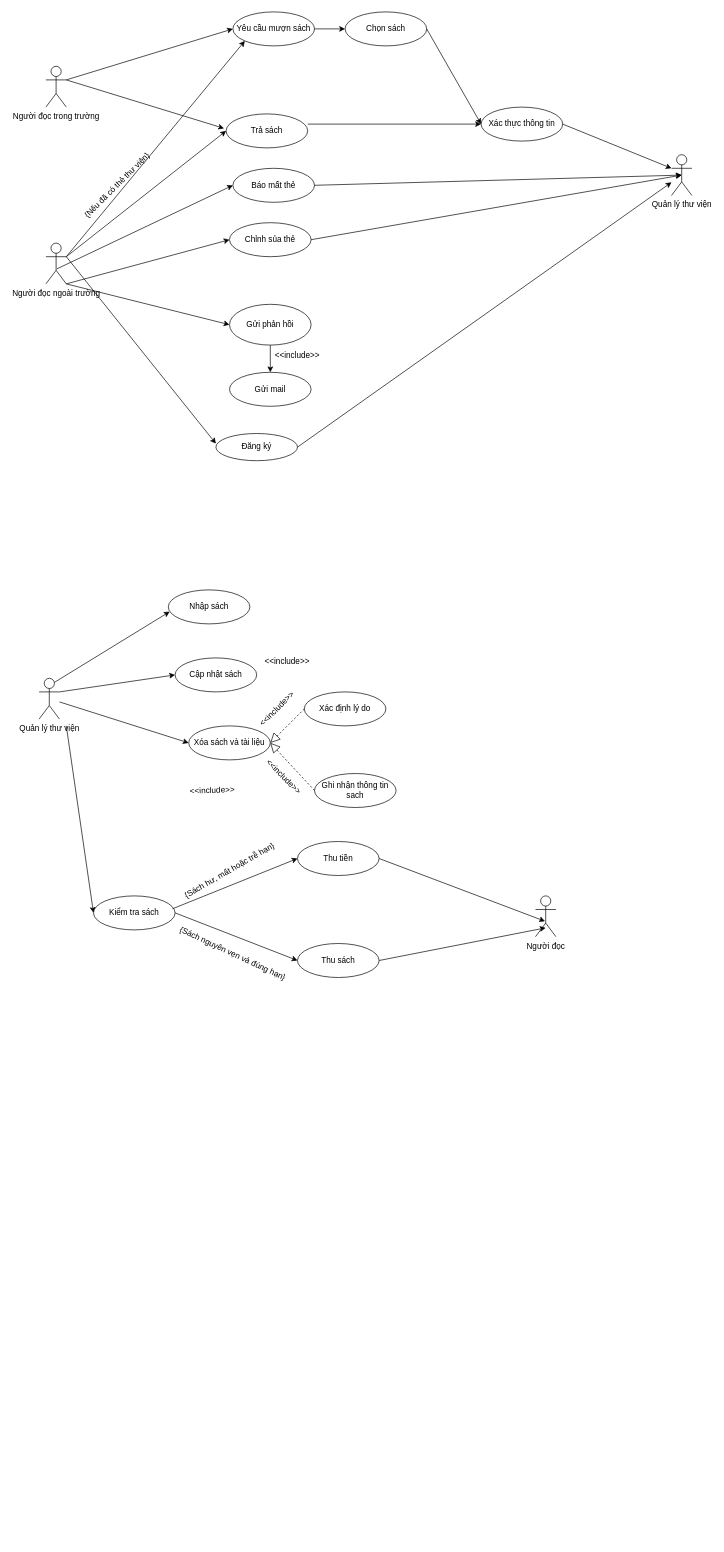
The draw.io diagram CNPM_Diagram.drawio in thanhtung12356/Project-library-management-system, before the edit. Source tidied: cells renumbered, new cells numbered last; positions are measured from the earlier drawing's top-left corner, leaving out a move shared by most shapes. Both pictures are drawn from the tidied source at 68%, with x=0, y=0 at pixel (39, 12).
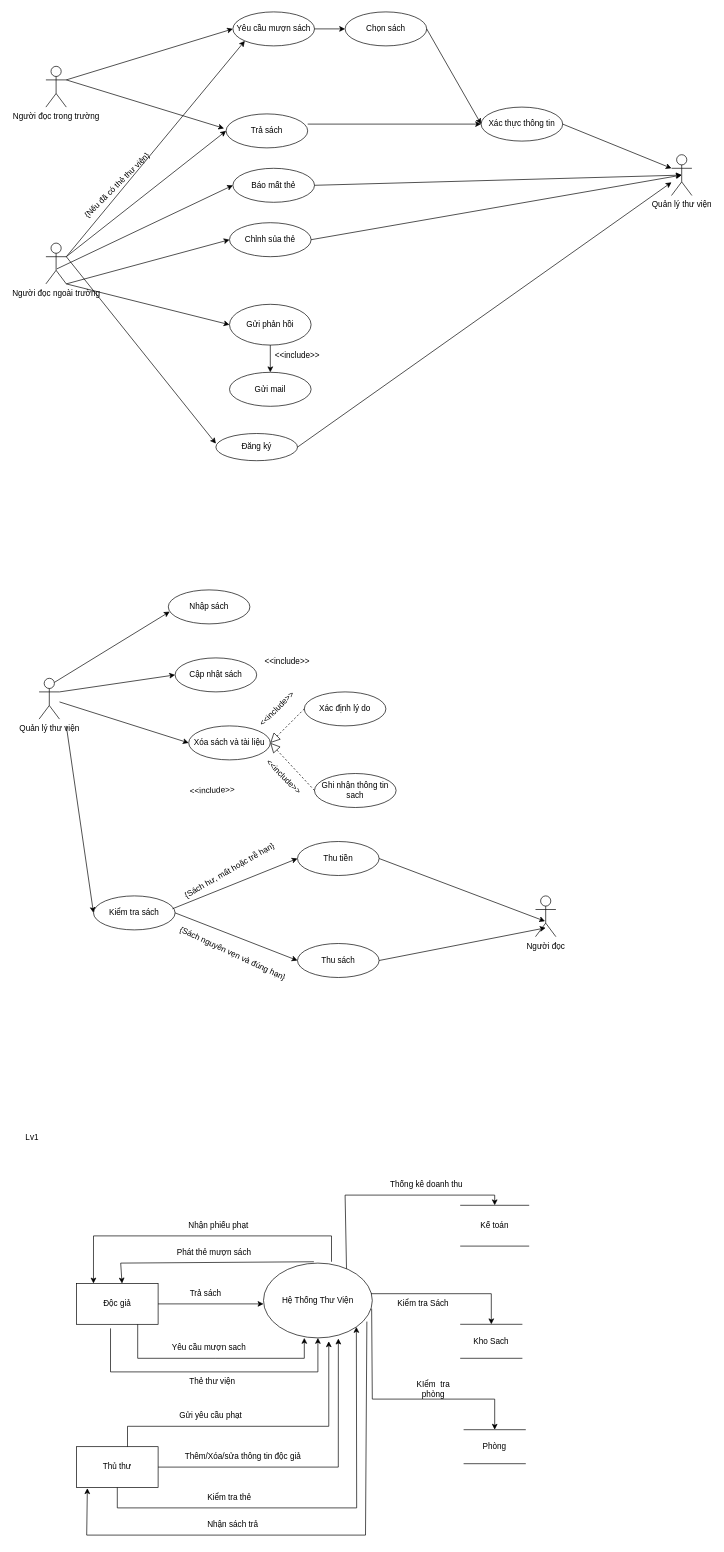
After the change.

Change to the diagram source:
```diff
@@
+    <mxCell id="58" value="Hệ Thống Thư Viện&lt;br&gt;" style="ellipse;whiteSpace=wrap;html=1;" parent="1" vertex="1">
+      <mxGeometry x="330" y="1840" width="160" height="110" as="geometry" />
+    </mxCell>
+    <mxCell id="59" value="Kế toán" style="shape=partialRectangle;whiteSpace=wrap;html=1;top=0;bottom=0;fillColor=none;direction=south;" parent="1" vertex="1">
+      <mxGeometry x="620" y="1755" width="100" height="60" as="geometry" />
+    </mxCell>
+    <mxCell id="60" value="Kho Sach" style="shape=partialRectangle;whiteSpace=wrap;html=1;top=0;bottom=0;fillColor=none;direction=south;" parent="1" vertex="1">
+      <mxGeometry x="620" y="1930" width="90" height="50" as="geometry" />
+    </mxCell>
+    <mxCell id="61" value="Độc giả&lt;br&gt;" style="rounded=0;whiteSpace=wrap;html=1;" parent="1" vertex="1">
+      <mxGeometry x="55" y="1870" width="120" height="60" as="geometry" />
+    </mxCell>
+    <mxCell id="62" value="Thủ thư" style="rounded=0;whiteSpace=wrap;html=1;" parent="1" vertex="1">
+      <mxGeometry x="55" y="2110" width="120" height="60" as="geometry" />
+    </mxCell>
+    <mxCell id="63" value="Lv1&lt;br&gt;" style="text;html=1;strokeColor=none;fillColor=none;align=center;verticalAlign=middle;whiteSpace=wrap;rounded=0;" parent="1" vertex="1">
+      <mxGeometry x="-40" y="1640" width="60" height="30" as="geometry" />
+    </mxCell>
+    <mxCell id="64" style="endArrow=classic;html=1;rounded=0;exitX=0.417;exitY=1.1;exitDx=0;exitDy=0;exitPerimeter=0;entryX=0.5;entryY=1;entryDx=0;entryDy=0;" parent="1" edge="1" source="61" target="58">
+      <mxGeometry relative="1" as="geometry">
+        <Array as="points">
+          <mxPoint x="105" y="2000" />
+          <mxPoint x="250" y="2000" />
+          <mxPoint x="410" y="2000" />
+        </Array>
+      </mxGeometry>
+    </mxCell>
+    <mxCell id="65" value="Thẻ thư viện&lt;br&gt;" style="text;html=1;strokeColor=none;fillColor=none;align=center;verticalAlign=middle;whiteSpace=wrap;rounded=0;" parent="1" vertex="1">
+      <mxGeometry x="210" y="2000" width="90" height="30" as="geometry" />
+    </mxCell>
+    <mxCell id="66" style="endArrow=classic;html=1;rounded=0;exitX=0.75;exitY=1;exitDx=0;exitDy=0;entryX=0.375;entryY=1;entryDx=0;entryDy=0;entryPerimeter=0;" parent="1" edge="1" source="61" target="58">
+      <mxGeometry relative="1" as="geometry">
+        <Array as="points">
+          <mxPoint x="145" y="1980" />
+          <mxPoint x="260" y="1980" />
+          <mxPoint x="390" y="1980" />
+        </Array>
+      </mxGeometry>
+    </mxCell>
+    <mxCell id="67" value="Yêu cầu mượn sach" style="text;html=1;strokeColor=none;fillColor=none;align=center;verticalAlign=middle;whiteSpace=wrap;rounded=0;" parent="1" vertex="1">
+      <mxGeometry x="175" y="1950" width="150" height="30" as="geometry" />
+    </mxCell>
+    <mxCell id="68" style="endArrow=classic;html=1;rounded=0;exitX=0.988;exitY=0.409;exitDx=0;exitDy=0;exitPerimeter=0;entryX=0;entryY=0.5;entryDx=0;entryDy=0;" parent="1" edge="1" source="58" target="60">
+      <mxGeometry relative="1" as="geometry">
+        <Array as="points">
+          <mxPoint x="665" y="1885" />
+        </Array>
+      </mxGeometry>
+    </mxCell>
+    <mxCell id="69" value="Kiểm tra Sách" style="text;html=1;strokeColor=none;fillColor=none;align=center;verticalAlign=middle;whiteSpace=wrap;rounded=0;" parent="1" vertex="1">
+      <mxGeometry x="520" y="1885" width="90" height="30" as="geometry" />
+    </mxCell>
+    <mxCell id="70" style="endArrow=classic;html=1;rounded=0;exitX=0.463;exitY=-0.018;exitDx=0;exitDy=0;exitPerimeter=0;entryX=0.558;entryY=0;entryDx=0;entryDy=0;entryPerimeter=0;" parent="1" edge="1" source="58" target="61">
+      <mxGeometry relative="1" as="geometry">
+        <Array as="points">
+          <mxPoint x="120" y="1840" />
+        </Array>
+      </mxGeometry>
+    </mxCell>
+    <mxCell id="71" value="Phát thẻ mượn sách" style="text;html=1;strokeColor=none;fillColor=none;align=center;verticalAlign=middle;whiteSpace=wrap;rounded=0;" parent="1" vertex="1">
+      <mxGeometry x="200" y="1810" width="115" height="30" as="geometry" />
+    </mxCell>
+    <mxCell id="72" style="endArrow=classic;html=1;rounded=0;exitX=0.5;exitY=1;exitDx=0;exitDy=0;entryX=1;entryY=1;entryDx=0;entryDy=0;" parent="1" edge="1" source="62" target="58">
+      <mxGeometry relative="1" as="geometry">
+        <Array as="points">
+          <mxPoint x="115" y="2200" />
+          <mxPoint x="467" y="2200" />
+        </Array>
+      </mxGeometry>
+    </mxCell>
+    <mxCell id="73" value="Kiểm tra thẻ&lt;br&gt;" style="text;html=1;strokeColor=none;fillColor=none;align=center;verticalAlign=middle;whiteSpace=wrap;rounded=0;" parent="1" vertex="1">
+      <mxGeometry x="235" y="2170" width="90" height="30" as="geometry" />
+    </mxCell>
+    <mxCell id="74" style="endArrow=classic;html=1;rounded=0;exitX=1;exitY=0.5;exitDx=0;exitDy=0;entryX=0.688;entryY=1.009;entryDx=0;entryDy=0;entryPerimeter=0;" parent="1" edge="1" source="62" target="58">
+      <mxGeometry relative="1" as="geometry">
+        <Array as="points">
+          <mxPoint x="440" y="2140" />
+        </Array>
+      </mxGeometry>
+    </mxCell>
+    <mxCell id="75" value="Thêm/Xóa/sửa thông tin độc giả" style="text;html=1;strokeColor=none;fillColor=none;align=center;verticalAlign=middle;whiteSpace=wrap;rounded=0;" parent="1" vertex="1">
+      <mxGeometry x="210" y="2110" width="180" height="30" as="geometry" />
+    </mxCell>
+    <mxCell id="76" style="endArrow=classic;html=1;rounded=0;entryX=0.6;entryY=1.045;entryDx=0;entryDy=0;entryPerimeter=0;" parent="1" edge="1" target="58">
+      <mxGeometry relative="1" as="geometry">
+        <mxPoint x="130" y="2110" as="sourcePoint" />
+        <Array as="points">
+          <mxPoint x="130" y="2080" />
+          <mxPoint x="426" y="2080" />
+        </Array>
+      </mxGeometry>
+    </mxCell>
+    <mxCell id="77" style="endArrow=classic;html=1;rounded=0;exitX=1;exitY=0.5;exitDx=0;exitDy=0;" parent="1" edge="1" source="61">
+      <mxGeometry relative="1" as="geometry">
+        <mxPoint x="330" y="1900" as="targetPoint" />
+      </mxGeometry>
+    </mxCell>
+    <mxCell id="78" value="Gửi yêu cầu phạt&lt;br&gt;" style="text;html=1;strokeColor=none;fillColor=none;align=center;verticalAlign=middle;whiteSpace=wrap;rounded=0;" parent="1" vertex="1">
+      <mxGeometry x="190" y="2050" width="125" height="30" as="geometry" />
+    </mxCell>
+    <mxCell id="79" value="Trả sách" style="text;html=1;strokeColor=none;fillColor=none;align=center;verticalAlign=middle;whiteSpace=wrap;rounded=0;" parent="1" vertex="1">
+      <mxGeometry x="215" y="1870" width="60" height="30" as="geometry" />
+    </mxCell>
+    <mxCell id="80" style="endArrow=classic;html=1;rounded=0;exitX=0.95;exitY=0.782;exitDx=0;exitDy=0;exitPerimeter=0;entryX=0.133;entryY=1.017;entryDx=0;entryDy=0;entryPerimeter=0;" parent="1" edge="1" source="58" target="62">
+      <mxGeometry relative="1" as="geometry">
+        <Array as="points">
+          <mxPoint x="480" y="2240" />
+          <mxPoint x="70" y="2240" />
+        </Array>
+      </mxGeometry>
+    </mxCell>
+    <mxCell id="81" value="Nhận sách trả" style="text;html=1;strokeColor=none;fillColor=none;align=center;verticalAlign=middle;whiteSpace=wrap;rounded=0;" parent="1" vertex="1">
+      <mxGeometry x="240" y="2210" width="90" height="30" as="geometry" />
+    </mxCell>
+    <mxCell id="82" style="endArrow=classic;html=1;rounded=0;entryX=0.208;entryY=0;entryDx=0;entryDy=0;entryPerimeter=0;exitX=0.625;exitY=-0.018;exitDx=0;exitDy=0;exitPerimeter=0;" parent="1" edge="1" source="58" target="61">
+      <mxGeometry relative="1" as="geometry">
+        <Array as="points">
+          <mxPoint x="430" y="1800" />
+          <mxPoint x="80" y="1800" />
+        </Array>
+      </mxGeometry>
+    </mxCell>
+    <mxCell id="83" value="Nhận phiếu phạt&lt;br&gt;" style="text;html=1;strokeColor=none;fillColor=none;align=center;verticalAlign=middle;whiteSpace=wrap;rounded=0;" parent="1" vertex="1">
+      <mxGeometry x="197.6" y="1770" width="132.4" height="30" as="geometry" />
+    </mxCell>
+    <mxCell id="84" value="Phòng&lt;br&gt;" style="shape=partialRectangle;whiteSpace=wrap;html=1;top=0;bottom=0;fillColor=none;direction=south;" parent="1" vertex="1">
+      <mxGeometry x="625" y="2085" width="90" height="50" as="geometry" />
+    </mxCell>
+    <mxCell id="85" style="endArrow=classic;html=1;rounded=0;entryX=0;entryY=0.5;entryDx=0;entryDy=0;exitX=0.994;exitY=0.609;exitDx=0;exitDy=0;exitPerimeter=0;" parent="1" edge="1" source="58" target="84">
+      <mxGeometry relative="1" as="geometry">
+        <Array as="points">
+          <mxPoint x="490" y="2040" />
+          <mxPoint x="670" y="2040" />
+        </Array>
+      </mxGeometry>
+    </mxCell>
+    <mxCell id="86" value="KIểm&amp;nbsp; tra phòng&lt;br&gt;" style="text;html=1;strokeColor=none;fillColor=none;align=center;verticalAlign=middle;whiteSpace=wrap;rounded=0;" parent="1" vertex="1">
+      <mxGeometry x="550" y="2010" width="60" height="30" as="geometry" />
+    </mxCell>
+    <mxCell id="87" style="endArrow=classic;html=1;rounded=0;exitX=0.763;exitY=0.075;exitDx=0;exitDy=0;exitPerimeter=0;entryX=0;entryY=0.5;entryDx=0;entryDy=0;" parent="1" edge="1" source="58" target="59">
+      <mxGeometry relative="1" as="geometry">
+        <Array as="points">
+          <mxPoint x="450" y="1740" />
+          <mxPoint x="670" y="1740" />
+        </Array>
+      </mxGeometry>
+    </mxCell>
+    <mxCell id="88" value="Thống kê doanh thu&lt;br&gt;" style="text;html=1;strokeColor=none;fillColor=none;align=center;verticalAlign=middle;whiteSpace=wrap;rounded=0;" parent="1" vertex="1">
+      <mxGeometry x="510" y="1710" width="120" height="30" as="geometry" />
+    </mxCell>
```
